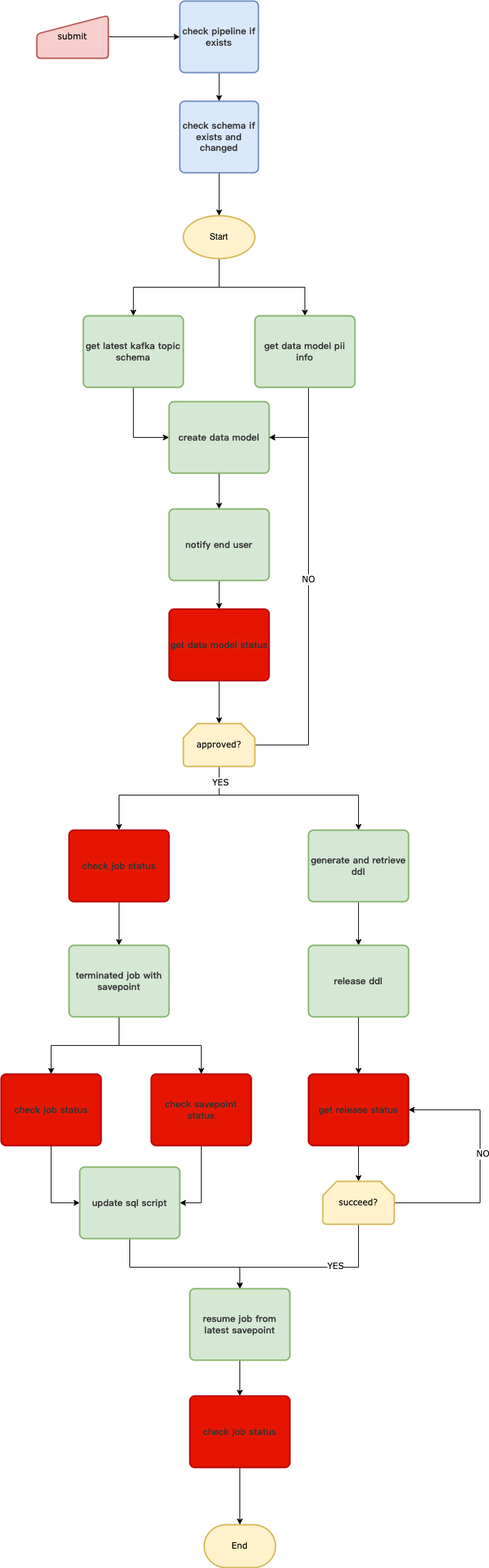
The draw.io diagram streaming-automation/update_schema_workflow.drawio.png in Lakers-repo/diagram, before a commit. Source tidied: cells renumbered, new cells last; positions are measured from the earlier drawing's top-left corner, leaving out a move shared by most shapes.
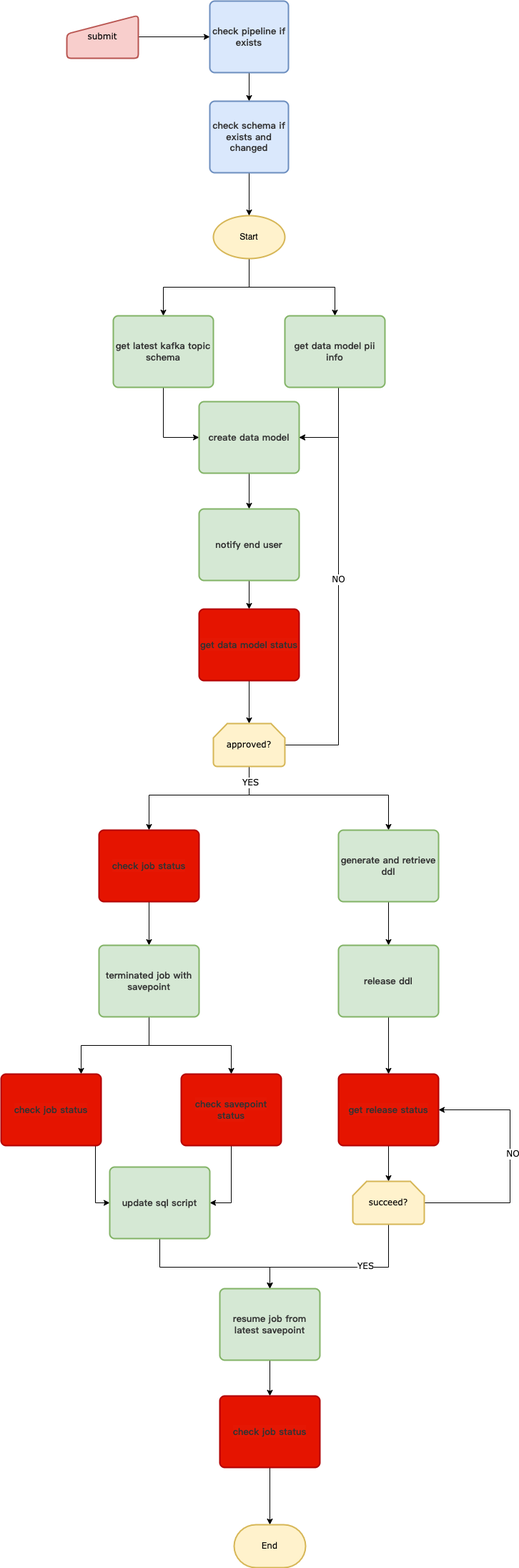
Later version of the same file.

Change to the diagram source:
```diff
@@ -108,8 +108,14 @@
     <mxCell id="30" value="&lt;font face=&quot;微软雅黑&quot; color=&quot;#323232&quot;&gt;&lt;span style=&quot;font-size: 13px; background-color: rgba(255, 255, 255, 0.01);&quot;&gt;&lt;b&gt;generate and retrieve ddl&lt;/b&gt;&lt;/span&gt;&lt;/font&gt;" style="rounded=1;whiteSpace=wrap;html=1;absoluteArcSize=1;arcSize=14;strokeWidth=2;fillColor=#d5e8d4;strokeColor=#82b366;" parent="1" vertex="1">
       <mxGeometry x="430" y="1159" width="140" height="100" as="geometry" />
     </mxCell>
-    <mxCell id="31" style="edgeStyle=orthogonalEdgeStyle;rounded=0;jettySize=auto;html=1;fontFamily=Verdana;" parent="1" edge="1" source="33" target="35">
-      <mxGeometry relative="1" as="geometry" />
+    <mxCell id="31" style="edgeStyle=orthogonalEdgeStyle;rounded=0;jettySize=auto;html=1;fontFamily=Verdana;" parent="1" edge="1" source="33">
+      <mxGeometry relative="1" as="geometry">
+        <mxPoint x="70" y="1500" as="targetPoint" />
+        <Array as="points">
+          <mxPoint x="165" y="1460" />
+          <mxPoint x="70" y="1460" />
+        </Array>
+      </mxGeometry>
     </mxCell>
     <mxCell id="32" style="edgeStyle=orthogonalEdgeStyle;rounded=0;jettySize=auto;html=1;fontFamily=Verdana;" parent="1" edge="1" source="33" target="37">
       <mxGeometry relative="1" as="geometry" />
@@ -117,11 +123,13 @@
     <mxCell id="33" value="&lt;font face=&quot;微软雅黑&quot; color=&quot;#323232&quot;&gt;&lt;span style=&quot;font-size: 13px; background-color: rgba(255, 255, 255, 0.01);&quot;&gt;&lt;b&gt;terminated job with savepoint&lt;/b&gt;&lt;/span&gt;&lt;/font&gt;" style="rounded=1;whiteSpace=wrap;html=1;absoluteArcSize=1;arcSize=14;strokeWidth=2;fillColor=#d5e8d4;strokeColor=#82b366;" parent="1" vertex="1">
       <mxGeometry x="95" y="1320" width="140" height="100" as="geometry" />
     </mxCell>
-    <mxCell id="34" style="edgeStyle=orthogonalEdgeStyle;rounded=0;jettySize=auto;html=1;entryX=0;entryY=0.5;entryDx=0;entryDy=0;fontFamily=Verdana;" parent="1" edge="1" source="35" target="39">
-      <mxGeometry relative="1" as="geometry" />
+    <mxCell id="34" style="edgeStyle=orthogonalEdgeStyle;rounded=0;jettySize=auto;html=1;entryX=0;entryY=0.5;entryDx=0;entryDy=0;fontFamily=Verdana;" parent="1" edge="1" target="39">
+      <mxGeometry relative="1" as="geometry">
+        <mxPoint x="70" y="1600" as="sourcePoint" />
+      </mxGeometry>
     </mxCell>
     <mxCell id="35" value="&lt;font face=&quot;微软雅黑&quot; color=&quot;#323232&quot;&gt;&lt;span style=&quot;font-size: 13px; background-color: rgba(255, 255, 255, 0.01);&quot;&gt;&lt;b&gt;check job status&lt;/b&gt;&lt;/span&gt;&lt;/font&gt;" style="rounded=1;whiteSpace=wrap;html=1;absoluteArcSize=1;arcSize=14;strokeWidth=2;fillColor=#e51400;strokeColor=#B20000;fontColor=#ffffff;" parent="1" vertex="1">
-      <mxGeometry y="1500" width="140" height="100" as="geometry" />
+      <mxGeometry x="-42" y="1500" width="140" height="100" as="geometry" />
     </mxCell>
     <mxCell id="36" style="edgeStyle=orthogonalEdgeStyle;rounded=0;jettySize=auto;html=1;entryX=1;entryY=0.5;entryDx=0;entryDy=0;fontFamily=Verdana;" parent="1" edge="1" source="37" target="39">
       <mxGeometry relative="1" as="geometry" />
```
